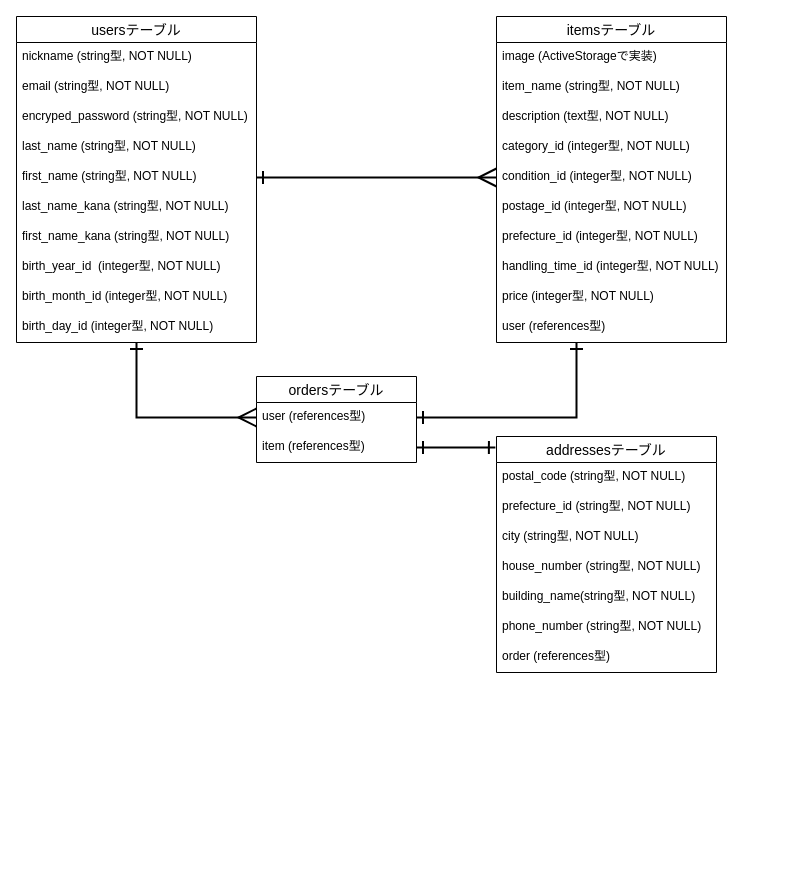
Earlier version of the draw.io diagram test.dio (shizuka-yamamoto/furima-35824). Source tidied: cells renumbered, new cells numbered last; positions are measured from the earlier drawing's top-left corner, leaving out a move shared by most shapes. Both pictures are drawn from the tidied source at 100%, with x=0, y=0 at pixel (16, 16).
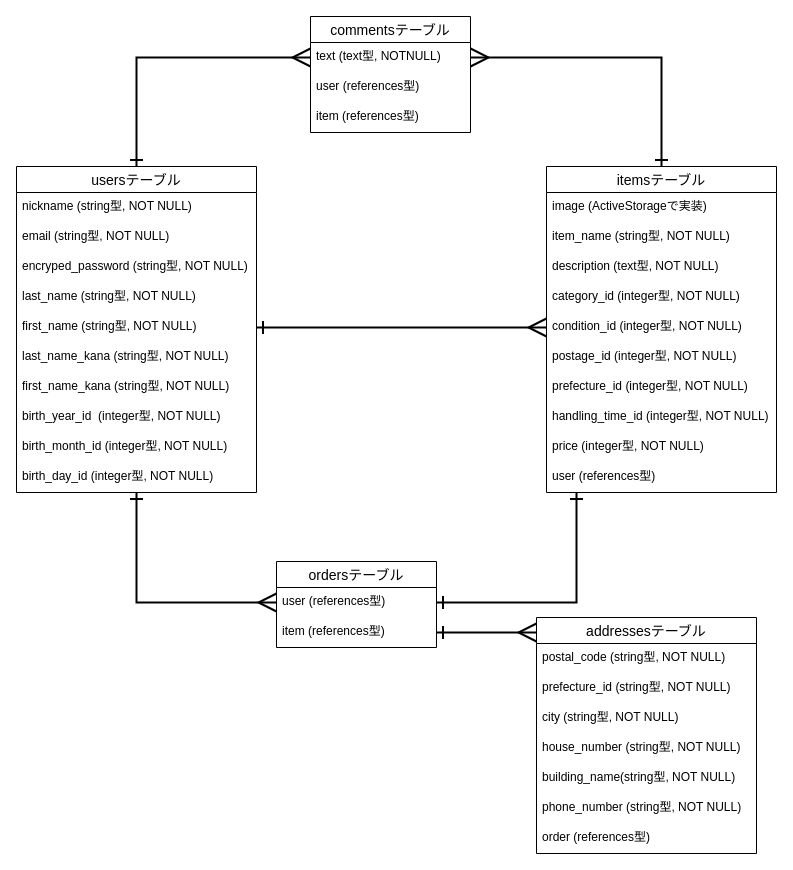
The same page after the edit.

Commit message (it also covers changes not shown here):
コメント機能のER図・READMEの作成

Unchanged cells that the change refers to:
```xml
<mxCell id="16" value="item (references型)" style="text;strokeColor=none;fillColor=none;spacingLeft=4;spacingRight=4;overflow=hidden;points=[[0,0.5],[1,0.5]];portConstraint=eastwest;fontSize=12;" parent="14" vertex="1">
  <mxGeometry y="56" width="160" height="30" as="geometry" />
</mxCell>
```

Change to the diagram source:
```diff
@@
+    <mxCell id="39" style="edgeStyle=orthogonalEdgeStyle;rounded=0;jettySize=auto;html=1;exitX=0.5;exitY=0;exitDx=0;exitDy=0;entryX=0;entryY=0.5;entryDx=0;entryDy=0;endArrow=ERmany;endFill=0;strokeWidth=2;startArrow=ERone;startFill=0;endSize=15;startSize=10;strokeColor=#000000;" parent="1" edge="1" source="3" target="42">
+      <mxGeometry relative="1" as="geometry" />
+    </mxCell>
     <mxCell id="3" value="usersテーブル" style="swimlane;fontStyle=0;horizontal=1;startSize=26;align=center;fontSize=14;labelBackgroundColor=none;" parent="1" vertex="1">
-      <mxGeometry width="240" height="326" as="geometry" />
+      <mxGeometry y="150" width="240" height="326" as="geometry" />
     </mxCell>
@@
     <mxCell id="14" value="ordersテーブル" style="swimlane;fontStyle=0;horizontal=1;startSize=26;align=center;fontSize=14;labelBackgroundColor=none;html=0;" parent="1" vertex="1">
-      <mxGeometry x="240" y="360" width="160" height="86" as="geometry" />
+      <mxGeometry x="260" y="545" width="160" height="86" as="geometry" />
     </mxCell>
@@
     <mxCell id="17" value="addressesテーブル" style="swimlane;fontStyle=0;horizontal=1;startSize=26;align=center;fontSize=14;labelBackgroundColor=none;html=0;" parent="1" vertex="1">
-      <mxGeometry x="480" y="420" width="220" height="236" as="geometry" />
+      <mxGeometry x="520" y="601" width="220" height="236" as="geometry" />
     </mxCell>
@@
+    <mxCell id="40" style="edgeStyle=orthogonalEdgeStyle;rounded=0;jettySize=auto;html=1;exitX=0.5;exitY=0;exitDx=0;exitDy=0;entryX=1;entryY=0.5;entryDx=0;entryDy=0;endArrow=ERmany;endFill=0;startArrow=ERone;startFill=0;endSize=15;strokeWidth=2;startSize=10;strokeColor=#000000;" parent="1" edge="1" source="26" target="42">
+      <mxGeometry relative="1" as="geometry" />
+    </mxCell>
     <mxCell id="26" value="itemsテーブル" style="swimlane;fontStyle=0;horizontal=1;startSize=26;align=center;fontSize=14;labelBackgroundColor=none;html=0;" parent="1" vertex="1">
-      <mxGeometry x="480" width="230" height="326" as="geometry" />
+      <mxGeometry x="530" y="150" width="230" height="326" as="geometry" />
     </mxCell>
@@
-    <mxCell id="38" style="edgeStyle=orthogonalEdgeStyle;rounded=0;jettySize=auto;html=1;exitX=1;exitY=0.5;exitDx=0;exitDy=0;entryX=-0.005;entryY=0.047;entryDx=0;entryDy=0;entryPerimeter=0;endArrow=ERone;endFill=0;startArrow=ERone;startFill=0;endSize=10;startSize=10;strokeWidth=2;strokeColor=#000000;" parent="1" edge="1" source="16" target="17">
-      <mxGeometry relative="1" as="geometry" />
-    </mxCell>
+    <mxCell id="41" value="commentsテーブル" style="swimlane;fontStyle=0;horizontal=1;startSize=26;align=center;fontSize=14;" parent="1" vertex="1">
+      <mxGeometry x="294" width="160" height="116" as="geometry" />
+    </mxCell>
+    <mxCell id="42" value="text (text型, NOTNULL)" style="text;strokeColor=none;fillColor=none;spacingLeft=4;spacingRight=4;overflow=hidden;points=[[0,0.5],[1,0.5]];portConstraint=eastwest;fontSize=12;" parent="41" vertex="1">
+      <mxGeometry y="26" width="160" height="30" as="geometry" />
+    </mxCell>
+    <mxCell id="43" value="user (references型)" style="text;strokeColor=none;fillColor=none;spacingLeft=4;spacingRight=4;overflow=hidden;fontSize=12;" parent="41" vertex="1">
+      <mxGeometry y="56" width="160" height="30" as="geometry" />
+    </mxCell>
+    <mxCell id="44" value="item (references型)" style="text;strokeColor=none;fillColor=none;spacingLeft=4;spacingRight=4;overflow=hidden;fontSize=12;" parent="41" vertex="1">
+      <mxGeometry y="86" width="160" height="30" as="geometry" />
+    </mxCell>
+    <mxCell id="45" style="edgeStyle=orthogonalEdgeStyle;rounded=0;jettySize=auto;html=1;exitX=1;exitY=0.5;exitDx=0;exitDy=0;startArrow=ERone;startFill=0;startSize=10;endArrow=ERmany;endFill=0;endSize=15;strokeColor=#000000;strokeWidth=2;" parent="1" edge="1" source="16">
+      <mxGeometry relative="1" as="geometry">
+        <mxPoint x="520" y="616" as="targetPoint" />
+        <Array as="points">
+          <mxPoint x="490" y="616" />
+          <mxPoint x="490" y="616" />
+        </Array>
+      </mxGeometry>
+    </mxCell>
```
